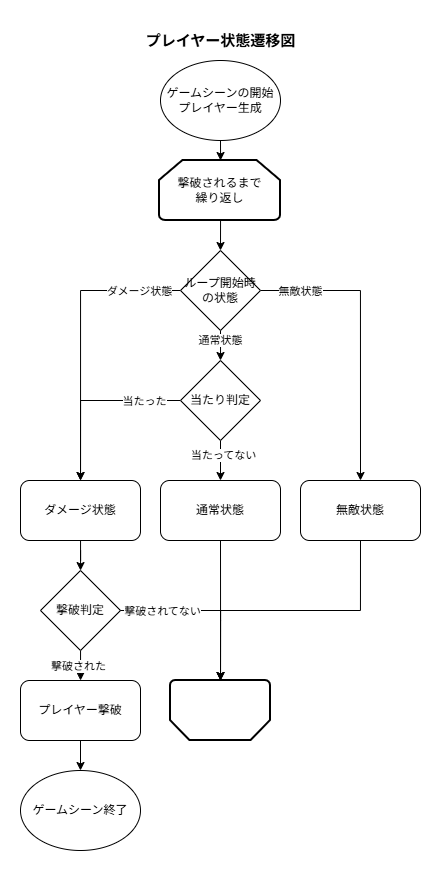
kome3829/RemakeShot keeps this draw.io diagram as doc/Specification/diaframs/PlayerState_Diagram.drawio.png. Above is the earlier version. Source tidied: cells renumbered, new cells last; positions are measured from the earlier drawing's top-left corner, leaving out a move shared by most shapes.
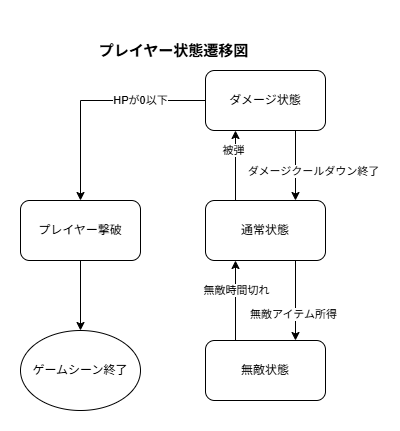
After the commit.

Commit message:
プレイヤー状態遷移図の修正

The edit, as a diff of the source:
```diff
@@ -2,123 +2,67 @@
   <root>
     <mxCell id="0" />
     <mxCell id="1" parent="0" />
+    <mxCell id="34" style="group;" parent="1" vertex="1">
+      <mxGeometry x="-707" y="-110" width="305" height="390" as="geometry" />
+    </mxCell>
+    <mxCell id="11" value="ゲームシーン終了" style="ellipse;whiteSpace=wrap;html=1;" parent="34" vertex="1">
+      <mxGeometry y="310" width="120" height="80" as="geometry" />
+    </mxCell>
+    <mxCell id="9" style="edgeStyle=orthogonalEdgeStyle;rounded=0;jettySize=auto;html=1;" parent="34" edge="1" source="10" target="11">
+      <mxGeometry relative="1" as="geometry" />
+    </mxCell>
-    <mxCell id="2" value="プレイヤー状態遷移図" style="text;strokeColor=none;fillColor=none;html=1;fontSize=15;fontStyle=1;verticalAlign=middle;align=center;autosizeText=1;" parent="1" vertex="1">
-      <mxGeometry x="120" width="160" height="40" as="geometry" />
+    <mxCell id="2" value="プレイヤー状態遷移図" style="text;strokeColor=none;fillColor=none;html=1;fontSize=15;fontStyle=1;verticalAlign=middle;align=center;autosizeText=1;" parent="34" vertex="1">
+      <mxGeometry x="72.5" y="10" width="160" height="40" as="geometry" />
     </mxCell>
-    <mxCell id="3" style="edgeStyle=orthogonalEdgeStyle;rounded=0;jettySize=auto;html=1;entryX=0.5;entryY=0;entryDx=0;entryDy=0;entryPerimeter=0;" parent="1" edge="1" source="4" target="18">
-      <mxGeometry relative="1" as="geometry" />
-    </mxCell>
-    <mxCell id="4" value="ゲームシーンの開始&lt;div&gt;プレイヤー生成&lt;/div&gt;" style="ellipse;whiteSpace=wrap;html=1;" parent="1" vertex="1">
-      <mxGeometry x="140" y="40" width="120" height="80" as="geometry" />
-    </mxCell>
-    <mxCell id="5" style="edgeStyle=orthogonalEdgeStyle;rounded=0;jettySize=auto;html=1;exitX=0.5;exitY=1;exitDx=0;exitDy=0;" parent="1" edge="1" source="6" target="19">
-      <mxGeometry relative="1" as="geometry">
-        <Array as="points">
-          <mxPoint x="200" y="600" />
-          <mxPoint x="200" y="600" />
-        </Array>
-      </mxGeometry>
-    </mxCell>
+    <mxCell id="35" style="edgeStyle=orthogonalEdgeStyle;rounded=0;jettySize=auto;html=1;exitX=0.25;exitY=0;exitDx=0;exitDy=0;entryX=0.25;entryY=1;entryDx=0;entryDy=0;" parent="34" edge="1" source="6" target="8">
+      <mxGeometry relative="1" as="geometry" />
+    </mxCell>
+    <mxCell id="36" value="被弾" style="edgeLabel;html=1;align=center;verticalAlign=middle;" parent="35" vertex="1">
+      <mxGeometry x="-0.18" y="3" relative="1" as="geometry">
+        <mxPoint x="1" y="-21" as="offset" />
+      </mxGeometry>
+    </mxCell>
+    <mxCell id="37" style="edgeStyle=orthogonalEdgeStyle;rounded=0;jettySize=auto;html=1;exitX=0.75;exitY=1;exitDx=0;exitDy=0;entryX=0.75;entryY=0;entryDx=0;entryDy=0;" parent="34" edge="1" source="6" target="32">
+      <mxGeometry relative="1" as="geometry" />
+    </mxCell>
+    <mxCell id="38" value="無敵アイテム所得" style="edgeLabel;html=1;align=center;verticalAlign=middle;" parent="37" vertex="1">
+      <mxGeometry x="0.36" y="-2" relative="1" as="geometry" />
+    </mxCell>
-    <mxCell id="6" value="通常状態" style="rounded=1;whiteSpace=wrap;html=1;" parent="1" vertex="1">
-      <mxGeometry x="140" y="460" width="120" height="60" as="geometry" />
+    <mxCell id="6" value="通常状態" style="rounded=1;whiteSpace=wrap;html=1;" parent="34" vertex="1">
+      <mxGeometry x="185" y="180" width="120" height="60" as="geometry" />
     </mxCell>
-    <mxCell id="7" style="edgeStyle=orthogonalEdgeStyle;rounded=0;jettySize=auto;html=1;" parent="1" edge="1" source="8" target="22">
-      <mxGeometry relative="1" as="geometry" />
-    </mxCell>
+    <mxCell id="39" style="edgeStyle=orthogonalEdgeStyle;rounded=0;jettySize=auto;html=1;exitX=0.25;exitY=0;exitDx=0;exitDy=0;entryX=0.25;entryY=1;entryDx=0;entryDy=0;" parent="34" edge="1" source="32" target="6">
+      <mxGeometry relative="1" as="geometry" />
+    </mxCell>
+    <mxCell id="40" value="無敵時間切れ" style="edgeLabel;html=1;align=center;verticalAlign=middle;" parent="39" vertex="1">
+      <mxGeometry x="0.12" y="-1" relative="1" as="geometry">
+        <mxPoint y="-5" as="offset" />
+      </mxGeometry>
+    </mxCell>
+    <mxCell id="32" value="無敵状態" style="rounded=1;whiteSpace=wrap;html=1;" parent="34" vertex="1">
+      <mxGeometry x="185" y="320" width="120" height="60" as="geometry" />
+    </mxCell>
+    <mxCell id="41" style="edgeStyle=orthogonalEdgeStyle;rounded=0;jettySize=auto;html=1;exitX=0;exitY=0.5;exitDx=0;exitDy=0;entryX=0.5;entryY=0;entryDx=0;entryDy=0;" parent="34" edge="1" source="8" target="10">
+      <mxGeometry relative="1" as="geometry" />
+    </mxCell>
+    <mxCell id="42" value="HPが0以下" style="edgeLabel;html=1;align=center;verticalAlign=middle;" parent="41" vertex="1">
+      <mxGeometry x="-0.09" relative="1" as="geometry">
+        <mxPoint x="38" as="offset" />
+      </mxGeometry>
+    </mxCell>
+    <mxCell id="43" style="edgeStyle=orthogonalEdgeStyle;rounded=0;jettySize=auto;html=1;exitX=0.75;exitY=1;exitDx=0;exitDy=0;entryX=0.75;entryY=0;entryDx=0;entryDy=0;" parent="34" edge="1" source="8" target="6">
+      <mxGeometry relative="1" as="geometry" />
+    </mxCell>
+    <mxCell id="44" value="ダメージクールダウン終了" style="edgeLabel;html=1;align=center;verticalAlign=middle;" parent="43" vertex="1">
+      <mxGeometry x="-0.39" y="-1" relative="1" as="geometry">
+        <mxPoint x="19" y="19" as="offset" />
+      </mxGeometry>
+    </mxCell>
-    <mxCell id="8" value="ダメージ状態" style="rounded=1;whiteSpace=wrap;html=1;" parent="1" vertex="1">
-      <mxGeometry y="460" width="120" height="60" as="geometry" />
+    <mxCell id="8" value="ダメージ状態" style="rounded=1;whiteSpace=wrap;html=1;" parent="34" vertex="1">
+      <mxGeometry x="185" y="50" width="120" height="60" as="geometry" />
     </mxCell>
-    <mxCell id="9" style="edgeStyle=orthogonalEdgeStyle;rounded=0;jettySize=auto;html=1;exitX=0.5;exitY=1;exitDx=0;exitDy=0;entryX=0.5;entryY=0;entryDx=0;entryDy=0;" parent="1" edge="1" source="10" target="11">
-      <mxGeometry relative="1" as="geometry" />
-    </mxCell>
-    <mxCell id="10" value="プレイヤー撃破" style="rounded=1;whiteSpace=wrap;html=1;" parent="1" vertex="1">
-      <mxGeometry y="660" width="120" height="60" as="geometry" />
+    <mxCell id="10" value="プレイヤー撃破" style="rounded=1;whiteSpace=wrap;html=1;" parent="34" vertex="1">
+      <mxGeometry y="180" width="120" height="60" as="geometry" />
     </mxCell>
-    <mxCell id="11" value="ゲームシーン終了" style="ellipse;whiteSpace=wrap;html=1;" parent="1" vertex="1">
-      <mxGeometry y="750" width="120" height="80" as="geometry" />
-    </mxCell>
-    <mxCell id="12" style="edgeStyle=orthogonalEdgeStyle;rounded=0;jettySize=auto;html=1;entryX=0.5;entryY=0;entryDx=0;entryDy=0;exitX=0;exitY=0.5;exitDx=0;exitDy=0;" parent="1" edge="1" source="16" target="8">
-      <mxGeometry relative="1" as="geometry" />
-    </mxCell>
-    <mxCell id="13" value="当たった" style="edgeLabel;html=1;align=center;verticalAlign=middle;" parent="12" vertex="1">
-      <mxGeometry x="-0.26" y="-2" relative="1" as="geometry">
-        <mxPoint x="30" y="2" as="offset" />
-      </mxGeometry>
-    </mxCell>
-    <mxCell id="14" style="edgeStyle=orthogonalEdgeStyle;rounded=0;jettySize=auto;html=1;entryX=0.5;entryY=0;entryDx=0;entryDy=0;" parent="1" edge="1" source="16" target="6">
-      <mxGeometry relative="1" as="geometry" />
-    </mxCell>
-    <mxCell id="15" value="当たってない" style="edgeLabel;html=1;align=center;verticalAlign=middle;" parent="14" vertex="1">
-      <mxGeometry x="-0.26" y="2" relative="1" as="geometry" />
-    </mxCell>
-    <mxCell id="16" value="当たり判定" style="rhombus;whiteSpace=wrap;html=1;" parent="1" vertex="1">
-      <mxGeometry x="160" y="340" width="80" height="80" as="geometry" />
-    </mxCell>
-    <mxCell id="17" style="edgeStyle=orthogonalEdgeStyle;rounded=0;jettySize=auto;html=1;entryX=0.5;entryY=0;entryDx=0;entryDy=0;exitX=0.456;exitY=0.998;exitDx=0;exitDy=0;exitPerimeter=0;" parent="1" edge="1" source="18" target="31">
-      <mxGeometry relative="1" as="geometry" />
-    </mxCell>
-    <mxCell id="18" value="撃破されるまで&lt;div&gt;繰り返し&lt;/div&gt;" style="strokeWidth=2;html=1;shape=mxgraph.flowchart.loop_limit;whiteSpace=wrap;" parent="1" vertex="1">
-      <mxGeometry x="139" y="140" width="121" height="60" as="geometry" />
-    </mxCell>
-    <mxCell id="19" style="strokeWidth=2;html=1;shape=mxgraph.flowchart.loop_limit;whiteSpace=wrap;direction=west;" parent="1" vertex="1">
-      <mxGeometry x="150" y="660" width="100" height="60" as="geometry" />
-    </mxCell>
-    <mxCell id="20" style="edgeStyle=orthogonalEdgeStyle;rounded=0;jettySize=auto;html=1;" parent="1" edge="1" source="22" target="10">
-      <mxGeometry relative="1" as="geometry" />
-    </mxCell>
-    <mxCell id="21" value="撃破された" style="edgeLabel;html=1;align=center;verticalAlign=middle;" parent="20" vertex="1">
-      <mxGeometry x="-0.01" y="3" relative="1" as="geometry" />
-    </mxCell>
-    <mxCell id="22" value="撃破判定" style="rhombus;whiteSpace=wrap;html=1;" parent="1" vertex="1">
-      <mxGeometry x="20" y="550" width="80" height="80" as="geometry" />
-    </mxCell>
-    <mxCell id="23" style="edgeStyle=orthogonalEdgeStyle;rounded=0;jettySize=auto;html=1;exitX=1;exitY=0.5;exitDx=0;exitDy=0;entryX=0.5;entryY=1;entryDx=0;entryDy=0;entryPerimeter=0;" parent="1" edge="1" source="22" target="19">
-      <mxGeometry relative="1" as="geometry" />
-    </mxCell>
-    <mxCell id="24" value="撃破されてない" style="edgeLabel;html=1;align=center;verticalAlign=middle;" parent="23" vertex="1">
-      <mxGeometry x="-0.46" y="-4" relative="1" as="geometry">
-        <mxPoint x="-4" y="-4" as="offset" />
-      </mxGeometry>
-    </mxCell>
-    <mxCell id="25" style="edgeStyle=orthogonalEdgeStyle;rounded=0;jettySize=auto;html=1;entryX=0.5;entryY=0;entryDx=0;entryDy=0;exitX=0.5;exitY=1;exitDx=0;exitDy=0;" parent="1" edge="1" source="31" target="16">
-      <mxGeometry relative="1" as="geometry">
-        <Array as="points">
-          <mxPoint x="200" y="320" />
-          <mxPoint x="200" y="320" />
-        </Array>
-      </mxGeometry>
-    </mxCell>
-    <mxCell id="26" value="通常状態" style="edgeLabel;html=1;align=center;verticalAlign=middle;" parent="25" vertex="1">
-      <mxGeometry x="-0.36" y="-1" relative="1" as="geometry" />
-    </mxCell>
-    <mxCell id="27" style="edgeStyle=orthogonalEdgeStyle;rounded=0;jettySize=auto;html=1;exitX=0;exitY=0.5;exitDx=0;exitDy=0;" parent="1" edge="1" source="31" target="8">
-      <mxGeometry relative="1" as="geometry" />
-    </mxCell>
-    <mxCell id="28" value="ダメージ状態" style="edgeLabel;html=1;align=center;verticalAlign=middle;" parent="27" vertex="1">
-      <mxGeometry x="-0.76" y="3" relative="1" as="geometry">
-        <mxPoint x="-6" y="-3" as="offset" />
-      </mxGeometry>
-    </mxCell>
-    <mxCell id="29" style="edgeStyle=orthogonalEdgeStyle;rounded=0;jettySize=auto;html=1;exitX=1;exitY=0.5;exitDx=0;exitDy=0;entryX=0.5;entryY=0;entryDx=0;entryDy=0;" parent="1" edge="1" source="31" target="32">
-      <mxGeometry relative="1" as="geometry">
-        <Array as="points">
-          <mxPoint x="340" y="270" />
-        </Array>
-      </mxGeometry>
-    </mxCell>
-    <mxCell id="30" value="無敵状態" style="edgeLabel;html=1;align=center;verticalAlign=middle;" parent="29" vertex="1">
-      <mxGeometry x="-0.51" y="-2" relative="1" as="geometry">
-        <mxPoint x="-31" y="-2" as="offset" />
-      </mxGeometry>
-    </mxCell>
-    <mxCell id="31" value="&lt;font&gt;ループ開始時の状態&lt;/font&gt;" style="rhombus;whiteSpace=wrap;html=1;" parent="1" vertex="1">
-      <mxGeometry x="160" y="230" width="80" height="80" as="geometry" />
-    </mxCell>
-    <mxCell id="32" value="無敵状態" style="rounded=1;whiteSpace=wrap;html=1;" parent="1" vertex="1">
-      <mxGeometry x="280" y="460" width="120" height="60" as="geometry" />
-    </mxCell>
-    <mxCell id="33" style="edgeStyle=orthogonalEdgeStyle;rounded=0;jettySize=auto;html=1;exitX=0.5;exitY=1;exitDx=0;exitDy=0;entryX=0.5;entryY=1;entryDx=0;entryDy=0;entryPerimeter=0;" parent="1" edge="1" source="32" target="19">
-      <mxGeometry relative="1" as="geometry" />
-    </mxCell>
   </root>
 </mxGraphModel>
```
